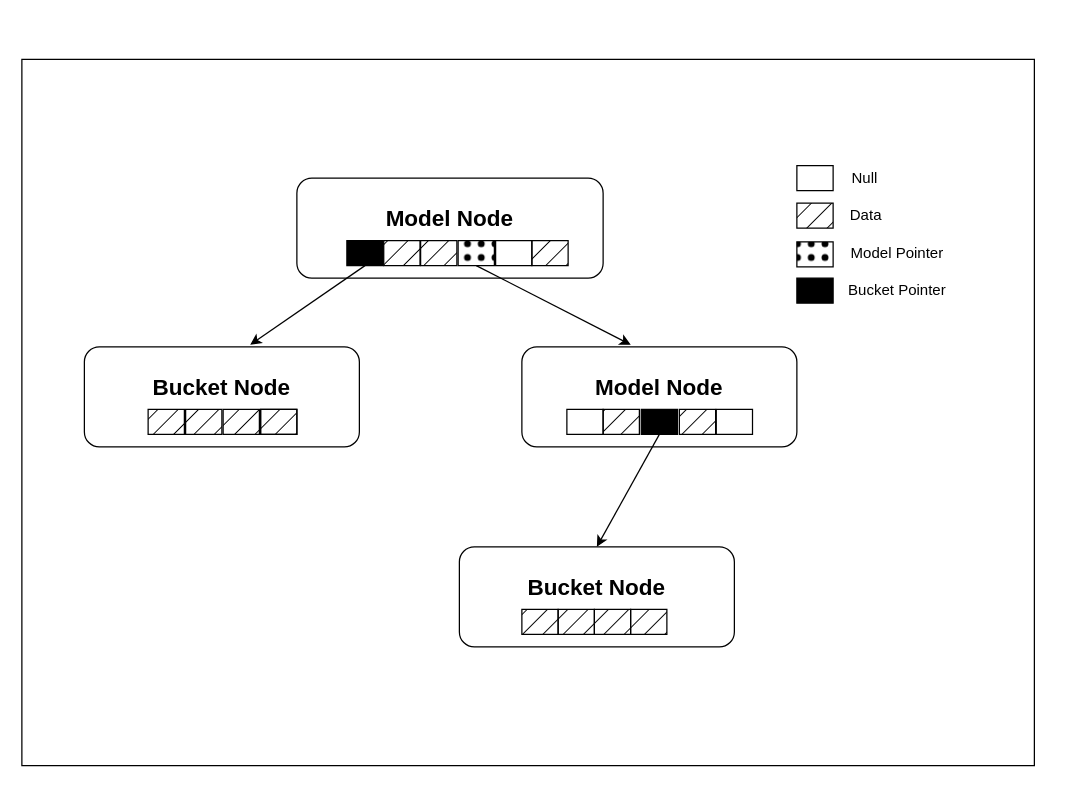
Above: images/PreciseSeekIndex.drawio in jingtao8a/draw.io (draw.io), before the change. Source tidied: cells renumbered, new cells numbered last; positions are measured from the earlier drawing's top-left corner, leaving out a move shared by most shapes. Both pictures are drawn from the tidied source at 125%, with x=0, y=0 at pixel (21, 59).
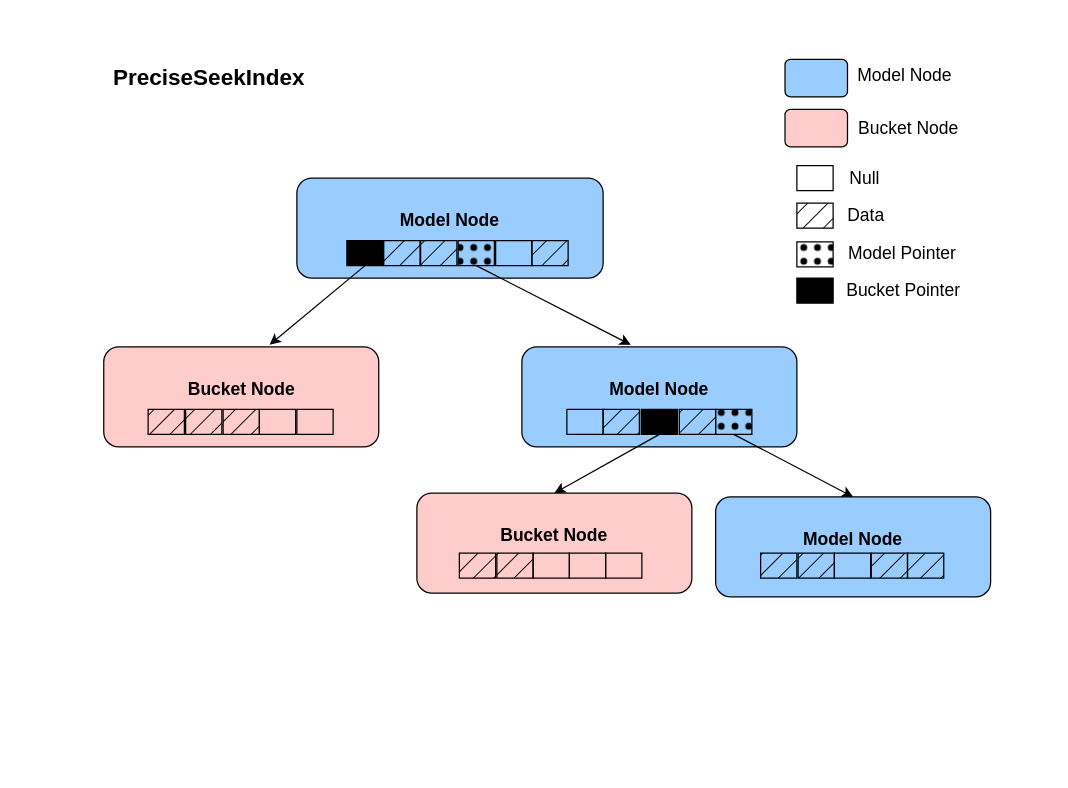
The same page after the edit.

The edit, as a diff of the source:
```diff
@@
-    <mxCell id="2" value="&lt;h2&gt;Model Node&lt;/h2&gt;&lt;div&gt;&lt;br&gt;&lt;/div&gt;" style="rounded=1;whiteSpace=wrap;html=1;glass=0;strokeColor=light-dark(#000000,#FFFFFF);align=center;verticalAlign=middle;fontFamily=Helvetica;fontSize=12;fontColor=default;fillColor=none;fillStyle=auto;" parent="1" vertex="1">
+    <mxCell id="2" value="&lt;h2&gt;&lt;font style=&quot;font-size: 14px;&quot;&gt;Model Node&lt;/font&gt;&lt;/h2&gt;&lt;div&gt;&lt;br&gt;&lt;/div&gt;" style="rounded=1;whiteSpace=wrap;html=1;glass=0;strokeColor=light-dark(#000000,#FFFFFF);align=center;verticalAlign=middle;fontFamily=Helvetica;fontSize=12;fontColor=default;fillColor=#99CCFF;fillStyle=auto;" parent="1" vertex="1">
       <mxGeometry x="220" y="95" width="245" height="80" as="geometry" />
     </mxCell>
@@
-    <mxCell id="4" value="&lt;p class=&quot;MsoNormal&quot;&gt;&lt;span style=&quot;mso-spacerun:'yes';font-family:宋体;mso-ascii-font-family:Calibri;&lt;br/&gt;mso-hansi-font-family:'Cambria Math';mso-bidi-font-family:'Times New Roman';mso-ansi-font-style:normal;&lt;br/&gt;font-size:10.5000pt;mso-font-kerning:1.0000pt;&quot;&gt;&lt;font face=&quot;Calibri&quot;&gt;Null&lt;/font&gt;&lt;/span&gt;&lt;/p&gt;" style="text;html=1;align=center;verticalAlign=middle;strokeColor=none;fillColor=none;fontFamily=Helvetica;fontSize=12;fontColor=default;" parent="1" vertex="1">
-      <mxGeometry x="654" y="70" width="40" height="50" as="geometry" />
+    <mxCell id="4" value="&lt;p class=&quot;MsoNormal&quot;&gt;&lt;span style=&quot;mso-spacerun:'yes';font-family:宋体;mso-ascii-font-family:Calibri;&lt;br/&gt;mso-hansi-font-family:'Cambria Math';mso-bidi-font-family:'Times New Roman';mso-ansi-font-style:normal;&lt;br/&gt;font-size:10.5000pt;mso-font-kerning:1.0000pt;&quot;&gt;&lt;font style=&quot;font-size: 14px;&quot; face=&quot;Calibri&quot;&gt;Null&lt;/font&gt;&lt;/span&gt;&lt;/p&gt;" style="text;html=1;align=center;verticalAlign=middle;strokeColor=none;fillColor=none;fontFamily=Helvetica;fontSize=12;fontColor=default;" parent="1" vertex="1">
+      <mxGeometry x="649" y="70" width="50" height="50" as="geometry" />
     </mxCell>
-    <mxCell id="5" value="&lt;p class=&quot;MsoNormal&quot;&gt;&lt;span style=&quot;mso-spacerun:'yes';font-family:宋体;mso-ascii-font-family:Calibri;&lt;br/&gt;mso-hansi-font-family:'Cambria Math';mso-bidi-font-family:'Times New Roman';mso-ansi-font-style:normal;&lt;br/&gt;font-size:10.5000pt;mso-font-kerning:1.0000pt;&quot;&gt;&lt;font face=&quot;Calibri&quot;&gt;Data&lt;/font&gt;&lt;/span&gt;&lt;/p&gt;" style="text;html=1;align=center;verticalAlign=middle;strokeColor=none;fillColor=none;fontFamily=Helvetica;fontSize=12;fontColor=default;" parent="1" vertex="1">
+    <mxCell id="5" value="&lt;p class=&quot;MsoNormal&quot;&gt;&lt;span style=&quot;mso-spacerun:'yes';font-family:宋体;mso-ascii-font-family:Calibri;&lt;br/&gt;mso-hansi-font-family:'Cambria Math';mso-bidi-font-family:'Times New Roman';mso-ansi-font-style:normal;&lt;br/&gt;font-size:10.5000pt;mso-font-kerning:1.0000pt;&quot;&gt;&lt;font style=&quot;font-size: 14px;&quot; face=&quot;Calibri&quot;&gt;Data&lt;/font&gt;&lt;/span&gt;&lt;/p&gt;" style="text;html=1;align=center;verticalAlign=middle;strokeColor=none;fillColor=none;fontFamily=Helvetica;fontSize=12;fontColor=default;" parent="1" vertex="1">
       <mxGeometry x="650" y="100" width="50" height="50" as="geometry" />
     </mxCell>
-    <mxCell id="6" value="&lt;p class=&quot;MsoNormal&quot;&gt;&lt;span style=&quot;mso-spacerun:'yes';font-family:宋体;mso-ascii-font-family:Calibri;&lt;br/&gt;mso-hansi-font-family:'Cambria Math';mso-bidi-font-family:'Times New Roman';mso-ansi-font-style:normal;&lt;br/&gt;font-size:10.5000pt;mso-font-kerning:1.0000pt;&quot;&gt;&lt;font face=&quot;Calibri&quot;&gt;Bucket Pointer&lt;/font&gt;&lt;/span&gt;&lt;/p&gt;" style="text;html=1;align=center;verticalAlign=middle;strokeColor=none;fillColor=none;fontFamily=Helvetica;fontSize=12;fontColor=default;" parent="1" vertex="1">
-      <mxGeometry x="655" y="160" width="90" height="50" as="geometry" />
+    <mxCell id="6" value="&lt;p class=&quot;MsoNormal&quot;&gt;&lt;span style=&quot;mso-spacerun:'yes';font-family:宋体;mso-ascii-font-family:Calibri;&lt;br/&gt;mso-hansi-font-family:'Cambria Math';mso-bidi-font-family:'Times New Roman';mso-ansi-font-style:normal;&lt;br/&gt;font-size:10.5000pt;mso-font-kerning:1.0000pt;&quot;&gt;&lt;font style=&quot;font-size: 14px;&quot; face=&quot;Calibri&quot;&gt;Bucket Pointer&lt;/font&gt;&lt;/span&gt;&lt;/p&gt;" style="text;html=1;align=center;verticalAlign=middle;strokeColor=none;fillColor=none;fontFamily=Helvetica;fontSize=12;fontColor=default;" parent="1" vertex="1">
+      <mxGeometry x="645" y="160" width="120" height="50" as="geometry" />
     </mxCell>
-    <mxCell id="7" value="&lt;p class=&quot;MsoNormal&quot;&gt;&lt;span style=&quot;mso-spacerun:'yes';font-family:宋体;mso-ascii-font-family:Calibri;&lt;br/&gt;mso-hansi-font-family:'Cambria Math';mso-bidi-font-family:'Times New Roman';mso-ansi-font-style:normal;&lt;br/&gt;font-size:10.5000pt;mso-font-kerning:1.0000pt;&quot;&gt;&lt;font face=&quot;Calibri&quot;&gt;Model Pointer&lt;/font&gt;&lt;/span&gt;&lt;/p&gt;" style="text;html=1;align=center;verticalAlign=middle;strokeColor=none;fillColor=none;fontFamily=Helvetica;fontSize=12;fontColor=default;" parent="1" vertex="1">
-      <mxGeometry x="655" y="130" width="90" height="50" as="geometry" />
+    <mxCell id="7" value="&lt;p class=&quot;MsoNormal&quot;&gt;&lt;span style=&quot;mso-spacerun:'yes';font-family:宋体;mso-ascii-font-family:Calibri;&lt;br/&gt;mso-hansi-font-family:'Cambria Math';mso-bidi-font-family:'Times New Roman';mso-ansi-font-style:normal;&lt;br/&gt;font-size:10.5000pt;mso-font-kerning:1.0000pt;&quot;&gt;&lt;font style=&quot;font-size: 14px;&quot; face=&quot;Calibri&quot;&gt;Model Pointer&lt;/font&gt;&lt;/span&gt;&lt;/p&gt;" style="text;html=1;align=center;verticalAlign=middle;strokeColor=none;fillColor=none;fontFamily=Helvetica;fontSize=12;fontColor=default;" parent="1" vertex="1">
+      <mxGeometry x="649" y="130" width="110" height="50" as="geometry" />
     </mxCell>
@@
-    <mxCell id="11" value="&lt;h2&gt;&lt;font face=&quot;Helvetica&quot;&gt;Bucket Node&lt;/font&gt;&lt;/h2&gt;&lt;div&gt;&lt;br&gt;&lt;/div&gt;" style="rounded=1;whiteSpace=wrap;html=1;glass=0;strokeColor=light-dark(#000000,#FFFFFF);align=center;verticalAlign=middle;fontFamily=Helvetica;fontSize=12;fontColor=default;fillColor=none;fillStyle=auto;" parent="1" vertex="1">
-      <mxGeometry x="50" y="230" width="220" height="80" as="geometry" />
+    <mxCell id="11" value="&lt;h2&gt;&lt;font style=&quot;font-size: 14px;&quot; face=&quot;Helvetica&quot;&gt;Bucket Node&lt;/font&gt;&lt;/h2&gt;&lt;div&gt;&lt;br&gt;&lt;/div&gt;" style="rounded=1;whiteSpace=wrap;html=1;glass=0;strokeColor=light-dark(#000000,#FFFFFF);align=center;verticalAlign=middle;fontFamily=Helvetica;fontSize=12;fontColor=default;fillColor=#FFCCCC;fillStyle=auto;" parent="1" vertex="1">
+      <mxGeometry x="65.5" y="230" width="220" height="80" as="geometry" />
     </mxCell>
@@
-    <mxCell id="21" value="&lt;h2&gt;Model Node&lt;/h2&gt;&lt;div&gt;&lt;br&gt;&lt;/div&gt;" style="rounded=1;whiteSpace=wrap;html=1;glass=0;strokeColor=light-dark(#000000,#FFFFFF);align=center;verticalAlign=middle;fontFamily=Helvetica;fontSize=12;fontColor=default;fillColor=none;fillStyle=auto;" parent="1" vertex="1">
+    <mxCell id="21" value="&lt;h2&gt;&lt;font style=&quot;font-size: 14px;&quot;&gt;Model Node&lt;/font&gt;&lt;/h2&gt;&lt;div&gt;&lt;br&gt;&lt;/div&gt;" style="rounded=1;whiteSpace=wrap;html=1;glass=0;strokeColor=light-dark(#000000,#FFFFFF);align=center;verticalAlign=middle;fontFamily=Helvetica;fontSize=12;fontColor=default;fillColor=#99CCFF;fillStyle=auto;" parent="1" vertex="1">
       <mxGeometry x="400" y="230" width="220" height="80" as="geometry" />
     </mxCell>
-    <mxCell id="22" style="rounded=0;whiteSpace=wrap;html=1;glass=0;strokeColor=default;align=center;verticalAlign=middle;fontFamily=Helvetica;fontSize=12;fontColor=default;fillColor=none;fillStyle=auto;" parent="1" vertex="1">
-      <mxGeometry x="191" y="280" width="29" height="20" as="geometry" />
-    </mxCell>
@@
     <mxCell id="27" style="rounded=0;whiteSpace=wrap;html=1;glass=0;strokeColor=default;align=center;verticalAlign=middle;fontFamily=Helvetica;fontSize=12;fontColor=default;fillColor=none;fillStyle=auto;" parent="1" vertex="1">
-      <mxGeometry x="555.5" y="280" width="29" height="20" as="geometry" />
+      <mxGeometry x="650.5" y="395" width="29" height="20" as="geometry" />
     </mxCell>
-    <mxCell id="28" value="&lt;h2&gt;Bucket Node&lt;/h2&gt;&lt;div&gt;&lt;br&gt;&lt;/div&gt;" style="rounded=1;whiteSpace=wrap;html=1;glass=0;strokeColor=light-dark(#000000,#FFFFFF);align=center;verticalAlign=middle;fontFamily=Helvetica;fontSize=12;fontColor=default;fillColor=none;fillStyle=auto;" parent="1" vertex="1">
-      <mxGeometry x="350" y="390" width="220" height="80" as="geometry" />
+    <mxCell id="28" value="&lt;h2&gt;&lt;font style=&quot;font-size: 14px;&quot;&gt;Bucket Node&lt;/font&gt;&lt;/h2&gt;&lt;div&gt;&lt;br&gt;&lt;/div&gt;" style="rounded=1;whiteSpace=wrap;html=1;glass=0;strokeColor=light-dark(#000000,#FFFFFF);align=center;verticalAlign=middle;fontFamily=Helvetica;fontSize=12;fontColor=default;fillColor=#FFCCCC;fillStyle=auto;" parent="1" vertex="1">
+      <mxGeometry x="316" y="347" width="220" height="80" as="geometry" />
     </mxCell>
     <mxCell id="29" style="rounded=0;whiteSpace=wrap;html=1;glass=0;strokeColor=default;align=center;verticalAlign=middle;fontFamily=Helvetica;fontSize=12;fontColor=default;fillColor=#000000;fillStyle=hatch;gradientColor=none;" parent="1" vertex="1">
-      <mxGeometry x="400" y="440" width="29" height="20" as="geometry" />
+      <mxGeometry x="350" y="395" width="29" height="20" as="geometry" />
     </mxCell>
     <mxCell id="30" style="rounded=0;whiteSpace=wrap;html=1;glass=0;strokeColor=default;align=center;verticalAlign=middle;fontFamily=Helvetica;fontSize=12;fontColor=default;fillColor=#000000;fillStyle=hatch;gradientColor=none;" parent="1" vertex="1">
-      <mxGeometry x="429" y="440" width="29" height="20" as="geometry" />
+      <mxGeometry x="380" y="395" width="29" height="20" as="geometry" />
     </mxCell>
-    <mxCell id="31" style="rounded=0;whiteSpace=wrap;html=1;glass=0;strokeColor=default;align=center;verticalAlign=middle;fontFamily=Helvetica;fontSize=12;fontColor=default;fillColor=#000000;fillStyle=hatch;gradientColor=none;" parent="1" vertex="1">
-      <mxGeometry x="458" y="440" width="29" height="20" as="geometry" />
-    </mxCell>
-    <mxCell id="32" style="rounded=0;whiteSpace=wrap;html=1;glass=0;strokeColor=default;align=center;verticalAlign=middle;fontFamily=Helvetica;fontSize=12;fontColor=default;fillColor=#000000;fillStyle=hatch;gradientColor=none;" parent="1" vertex="1">
-      <mxGeometry x="191" y="280" width="29" height="20" as="geometry" />
-    </mxCell>
-    <mxCell id="33" style="rounded=0;whiteSpace=wrap;html=1;glass=0;strokeColor=default;align=center;verticalAlign=middle;fontFamily=Helvetica;fontSize=12;fontColor=default;fillColor=#000000;fillStyle=hatch;gradientColor=none;" parent="1" vertex="1">
-      <mxGeometry x="487" y="440" width="29" height="20" as="geometry" />
-    </mxCell>
@@
-    <mxCell id="37" style="verticalLabelPosition=bottom;verticalAlign=top;html=1;shape=mxgraph.basic.rect;fillColor2=none;strokeWidth=1;size=20;indent=5;fillColor=none;" parent="1" vertex="1">
-      <mxGeometry width="810" height="565" as="geometry" />
+    <mxCell id="37" style="verticalLabelPosition=bottom;verticalAlign=top;html=1;shape=mxgraph.basic.rect;fillColor2=none;strokeWidth=1;size=20;indent=5;fillColor=none;strokeColor=none;" parent="1" vertex="1">
+      <mxGeometry x="27" y="-30" width="793" height="490" as="geometry" />
     </mxCell>
+    <mxCell id="38" value="&lt;b&gt;&lt;font style=&quot;font-size: 18px;&quot;&gt;PreciseSeekIndex&lt;/font&gt;&lt;/b&gt;" style="text;html=1;align=center;verticalAlign=middle;whiteSpace=wrap;rounded=0;" parent="1" vertex="1">
+      <mxGeometry x="70" width="159.5" height="30" as="geometry" />
+    </mxCell>
+    <mxCell id="39" style="rounded=0;whiteSpace=wrap;html=1;glass=0;strokeColor=default;align=center;verticalAlign=middle;fontFamily=Helvetica;fontSize=12;fontColor=default;fillColor=#000000;fillStyle=dots;" parent="1" vertex="1">
+      <mxGeometry x="555" y="280" width="29" height="20" as="geometry" />
+    </mxCell>
+    <mxCell id="40" style="endArrow=classic;html=1;rounded=0;exitX=0.5;exitY=1;exitDx=0;exitDy=0;entryX=0.5;entryY=0;entryDx=0;entryDy=0;" parent="1" edge="1" source="39" target="41">
+      <mxGeometry relative="1" as="geometry" />
+    </mxCell>
+    <mxCell id="41" value="&lt;h2&gt;&lt;font style=&quot;font-size: 14px;&quot;&gt;Model Node&lt;/font&gt;&lt;/h2&gt;&lt;div&gt;&lt;br&gt;&lt;/div&gt;" style="rounded=1;whiteSpace=wrap;html=1;glass=0;strokeColor=light-dark(#000000,#FFFFFF);align=center;verticalAlign=middle;fontFamily=Helvetica;fontSize=12;fontColor=default;fillColor=#99CCFF;fillStyle=auto;" parent="1" vertex="1">
+      <mxGeometry x="555" y="350" width="220" height="80" as="geometry" />
+    </mxCell>
+    <mxCell id="42" style="rounded=0;whiteSpace=wrap;html=1;glass=0;strokeColor=default;align=center;verticalAlign=middle;fontFamily=Helvetica;fontSize=12;fontColor=default;fillColor=#000000;fillStyle=hatch;gradientColor=none;" parent="1" vertex="1">
+      <mxGeometry x="621" y="395" width="29" height="20" as="geometry" />
+    </mxCell>
+    <mxCell id="43" style="rounded=0;whiteSpace=wrap;html=1;glass=0;strokeColor=default;align=center;verticalAlign=middle;fontFamily=Helvetica;fontSize=12;fontColor=default;fillColor=#000000;fillStyle=hatch;gradientColor=none;" parent="1" vertex="1">
+      <mxGeometry x="591" y="395" width="29" height="20" as="geometry" />
+    </mxCell>
+    <mxCell id="44" style="rounded=0;whiteSpace=wrap;html=1;glass=0;strokeColor=default;align=center;verticalAlign=middle;fontFamily=Helvetica;fontSize=12;fontColor=default;fillColor=#000000;fillStyle=hatch;gradientColor=none;" parent="1" vertex="1">
+      <mxGeometry x="679.5" y="395" width="29" height="20" as="geometry" />
+    </mxCell>
+    <mxCell id="45" style="rounded=0;whiteSpace=wrap;html=1;glass=0;strokeColor=default;align=center;verticalAlign=middle;fontFamily=Helvetica;fontSize=12;fontColor=default;fillColor=#000000;fillStyle=hatch;gradientColor=none;" parent="1" vertex="1">
+      <mxGeometry x="708.5" y="395" width="29" height="20" as="geometry" />
+    </mxCell>
+    <mxCell id="46" style="rounded=0;whiteSpace=wrap;html=1;glass=0;strokeColor=default;align=center;verticalAlign=middle;fontFamily=Helvetica;fontSize=12;fontColor=default;fillColor=none;fillStyle=auto;" parent="1" vertex="1">
+      <mxGeometry x="650" y="395" width="29" height="20" as="geometry" />
+    </mxCell>
+    <mxCell id="47" style="rounded=0;whiteSpace=wrap;html=1;glass=0;strokeColor=default;align=center;verticalAlign=middle;fontFamily=Helvetica;fontSize=12;fontColor=default;fillColor=none;fillStyle=auto;" parent="1" vertex="1">
+      <mxGeometry x="190" y="280" width="29" height="20" as="geometry" />
+    </mxCell>
+    <mxCell id="48" style="rounded=0;whiteSpace=wrap;html=1;glass=0;strokeColor=default;align=center;verticalAlign=middle;fontFamily=Helvetica;fontSize=12;fontColor=default;fillColor=none;fillStyle=auto;" parent="1" vertex="1">
+      <mxGeometry x="220" y="280" width="29" height="20" as="geometry" />
+    </mxCell>
+    <mxCell id="49" style="rounded=0;whiteSpace=wrap;html=1;glass=0;strokeColor=default;align=center;verticalAlign=middle;fontFamily=Helvetica;fontSize=12;fontColor=default;fillColor=none;fillStyle=auto;" parent="1" vertex="1">
+      <mxGeometry x="409" y="395" width="29" height="20" as="geometry" />
+    </mxCell>
+    <mxCell id="50" style="rounded=0;whiteSpace=wrap;html=1;glass=0;strokeColor=default;align=center;verticalAlign=middle;fontFamily=Helvetica;fontSize=12;fontColor=default;fillColor=none;fillStyle=auto;" parent="1" vertex="1">
+      <mxGeometry x="438" y="395" width="29" height="20" as="geometry" />
+    </mxCell>
+    <mxCell id="51" value="&lt;h2&gt;&lt;br&gt;&lt;/h2&gt;" style="rounded=1;whiteSpace=wrap;html=1;glass=0;strokeColor=light-dark(#000000,#FFFFFF);align=center;verticalAlign=middle;fontFamily=Helvetica;fontSize=12;fontColor=default;fillColor=#FFCCCC;fillStyle=auto;" parent="1" vertex="1">
+      <mxGeometry x="610.5" y="40" width="50" height="30" as="geometry" />
+    </mxCell>
+    <mxCell id="52" style="rounded=0;whiteSpace=wrap;html=1;glass=0;strokeColor=default;align=center;verticalAlign=middle;fontFamily=Helvetica;fontSize=12;fontColor=default;fillColor=none;fillStyle=auto;" parent="1" vertex="1">
+      <mxGeometry x="467" y="395" width="29" height="20" as="geometry" />
+    </mxCell>
+    <mxCell id="53" value="&lt;h2&gt;&lt;br&gt;&lt;/h2&gt;" style="rounded=1;whiteSpace=wrap;html=1;glass=0;strokeColor=light-dark(#000000,#FFFFFF);align=center;verticalAlign=middle;fontFamily=Helvetica;fontSize=12;fontColor=default;fillColor=#99CCFF;fillStyle=auto;" parent="1" vertex="1">
+      <mxGeometry x="610.5" width="50" height="30" as="geometry" />
+    </mxCell>
+    <mxCell id="54" value="&lt;font style=&quot;font-size: 14px;&quot;&gt;Model Node&lt;/font&gt;" style="text;html=1;align=center;verticalAlign=middle;strokeColor=none;fillColor=none;" parent="1" vertex="1">
+      <mxGeometry x="656" y="-2" width="100" height="30" as="geometry" />
+    </mxCell>
+    <mxCell id="55" value="&lt;font style=&quot;font-size: 14px;&quot;&gt;Bucket Node&lt;/font&gt;" style="text;html=1;align=center;verticalAlign=middle;strokeColor=none;fillColor=none;" parent="1" vertex="1">
+      <mxGeometry x="659" y="40" width="100" height="30" as="geometry" />
+    </mxCell>
```
